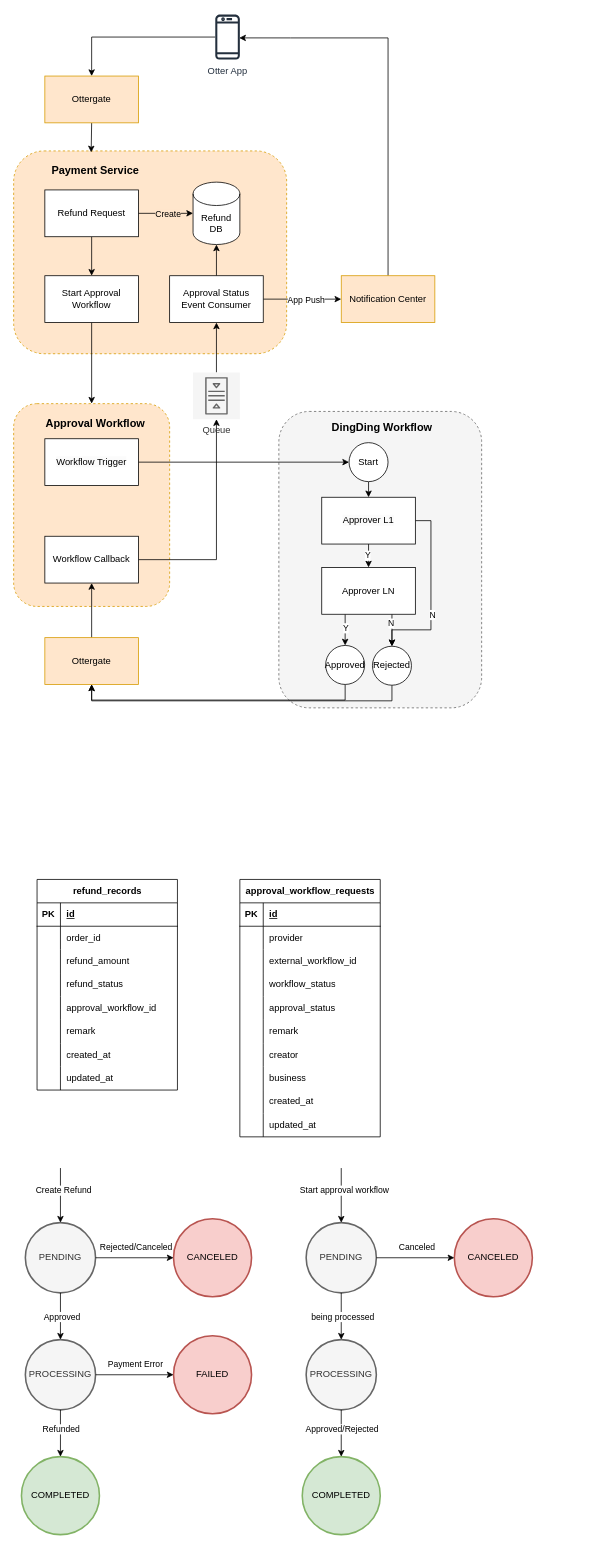
The draw.io diagram Refund Process.drawio in evagle/awesome, before the edit. Source tidied: cells renumbered, new cells numbered last; positions are measured from the earlier drawing's top-left corner, leaving out a move shared by most shapes. Both pictures are drawn from the tidied source at 78%, with x=0, y=0 at pixel (13, 13).
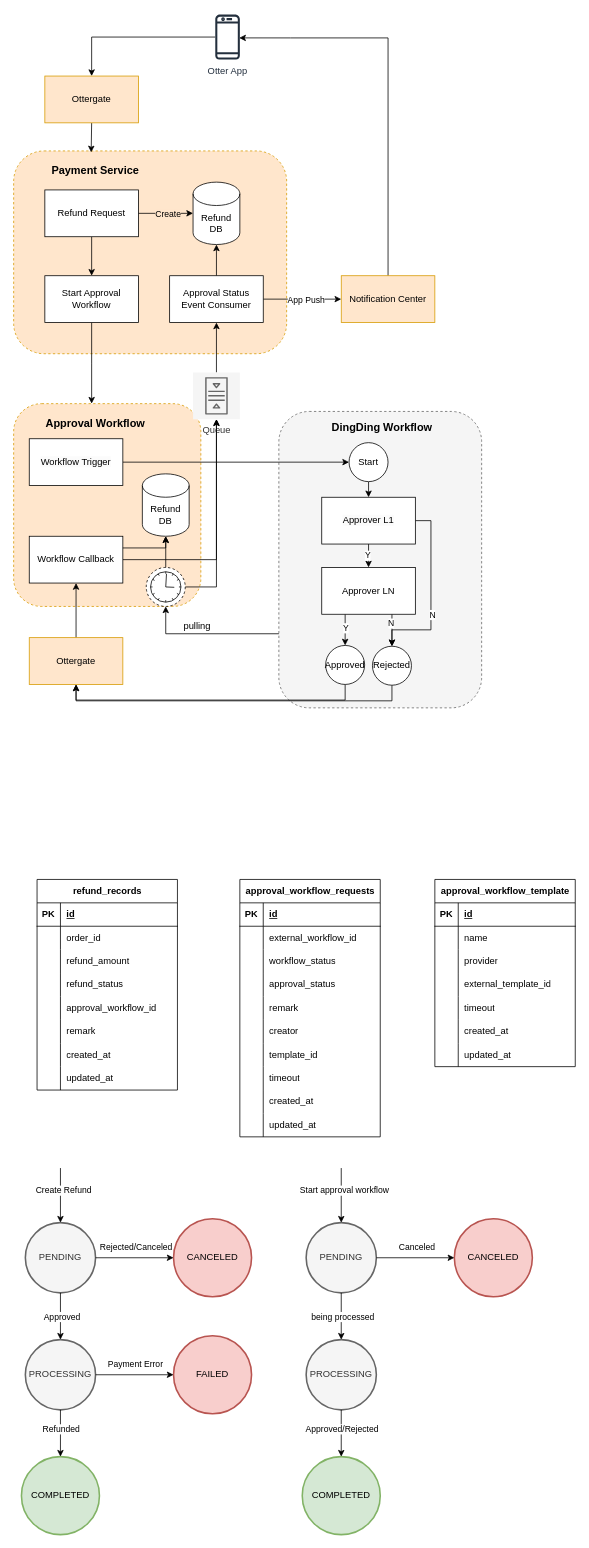
The same page after the edit.

Unchanged cells that the change refers to:
```xml
<mxCell id="3" style="rounded=1;whiteSpace=wrap;html=1;dashed=1;fillColor=#f5f5f5;fontColor=#333333;strokeColor=#666666;" parent="1" vertex="1">
  <mxGeometry x="340" y="510" width="260" height="380" as="geometry" />
</mxCell>
<mxCell id="31" value="Approved" style="ellipse;whiteSpace=wrap;html=1;" parent="1" vertex="1">
  <mxGeometry x="400" y="810" width="50" height="50" as="geometry" />
</mxCell>
<mxCell id="33" value="Rejected" style="ellipse;whiteSpace=wrap;html=1;" parent="1" vertex="1">
  <mxGeometry x="460" y="811" width="50" height="50" as="geometry" />
</mxCell>
<mxCell id="36" value="Start Approval Workflow" style="rounded=0;whiteSpace=wrap;html=1;" parent="1" vertex="1">
  <mxGeometry x="40" y="336" width="120" height="60" as="geometry" />
</mxCell>
<mxCell id="42" value="Queue&lt;br&gt;" style="sketch=0;outlineConnect=0;fontColor=#333333;strokeColor=#666666;fillColor=#f5f5f5;dashed=0;verticalLabelPosition=bottom;verticalAlign=top;align=center;html=1;fontSize=12;fontStyle=0;shape=mxgraph.aws4.resourceIcon;resIcon=mxgraph.aws4.queue;direction=south;" parent="1" vertex="1">
  <mxGeometry x="230" y="460" width="60" height="60" as="geometry" />
</mxCell>
<mxCell id="74" value="approval_workflow_requests" style="shape=table;startSize=30;childLayout=tableLayout;rowLines=0;fontStyle=1;align=center;html=1;" parent="1" vertex="1">
  <mxGeometry x="290" y="1110" width="180" height="330" as="geometry" />
</mxCell>
```

What changed in the source:
```diff
@@
     <mxCell id="4" style="rounded=1;whiteSpace=wrap;html=1;dashed=1;fillColor=#ffe6cc;strokeColor=#d79b00;" parent="1" vertex="1">
-      <mxGeometry y="500" width="200" height="260" as="geometry" />
+      <mxGeometry y="500" width="240" height="260" as="geometry" />
     </mxCell>
@@
     <mxCell id="13" value="&lt;span style=&quot;color: rgb(0, 0, 0); font-family: Helvetica; font-size: 12px; font-style: normal; font-variant-ligatures: normal; font-variant-caps: normal; font-weight: 400; letter-spacing: normal; orphans: 2; text-align: center; text-indent: 0px; text-transform: none; widows: 2; word-spacing: 0px; -webkit-text-stroke-width: 0px; background-color: rgb(251, 251, 251); text-decoration-thickness: initial; text-decoration-style: initial; text-decoration-color: initial; float: none; display: inline !important;&quot;&gt;Workflow Trigger&lt;/span&gt;" style="rounded=0;whiteSpace=wrap;html=1;" parent="1" vertex="1">
-      <mxGeometry x="40" y="545" width="120" height="60" as="geometry" />
+      <mxGeometry x="20" y="545" width="120" height="60" as="geometry" />
     </mxCell>
@@
     <mxCell id="16" value="Workflow Callback" style="rounded=0;whiteSpace=wrap;html=1;" parent="1" vertex="1">
-      <mxGeometry x="40" y="670" width="120" height="60" as="geometry" />
+      <mxGeometry x="20" y="670" width="120" height="60" as="geometry" />
     </mxCell>
@@
-    <mxCell id="30" style="edgeStyle=orthogonalEdgeStyle;rounded=0;jettySize=auto;html=1;exitX=0.5;exitY=1;exitDx=0;exitDy=0;" parent="1" edge="1" source="31">
+    <mxCell id="30" style="edgeStyle=orthogonalEdgeStyle;rounded=0;jettySize=auto;html=1;exitX=0.5;exitY=1;exitDx=0;exitDy=0;entryX=0.5;entryY=1;entryDx=0;entryDy=0;" parent="1" edge="1" source="31" target="48">
       <mxGeometry relative="1" as="geometry">
-        <mxPoint x="100" y="860" as="targetPoint" />
         <Array as="points">
           <mxPoint x="425" y="880" />
-          <mxPoint x="100" y="880" />
+          <mxPoint x="80" y="880" />
         </Array>
       </mxGeometry>
     </mxCell>
@@
     <mxCell id="32" style="edgeStyle=orthogonalEdgeStyle;rounded=0;jettySize=auto;html=1;exitX=0.5;exitY=1;exitDx=0;exitDy=0;entryX=0.5;entryY=1;entryDx=0;entryDy=0;" parent="1" edge="1" source="33" target="48">
       <mxGeometry relative="1" as="geometry">
         <Array as="points">
           <mxPoint x="485" y="881" />
-          <mxPoint x="100" y="881" />
+          <mxPoint x="80" y="881" />
         </Array>
       </mxGeometry>
     </mxCell>
@@
-    <mxCell id="35" style="edgeStyle=orthogonalEdgeStyle;rounded=0;jettySize=auto;html=1;exitX=0.5;exitY=1;exitDx=0;exitDy=0;entryX=0.5;entryY=0;entryDx=0;entryDy=0;" parent="1" edge="1" source="36" target="4">
-      <mxGeometry relative="1" as="geometry" />
+    <mxCell id="35" style="edgeStyle=orthogonalEdgeStyle;rounded=0;jettySize=auto;html=1;exitX=0.5;exitY=1;exitDx=0;exitDy=0;" parent="1" edge="1" source="36">
+      <mxGeometry relative="1" as="geometry">
+        <mxPoint x="100" y="500" as="targetPoint" />
+      </mxGeometry>
     </mxCell>
@@
     <mxCell id="48" value="Ottergate" style="rounded=0;whiteSpace=wrap;html=1;fillColor=#ffe6cc;strokeColor=#d79b00;" parent="1" vertex="1">
-      <mxGeometry x="40" y="800" width="120" height="60" as="geometry" />
+      <mxGeometry x="20" y="800" width="120" height="60" as="geometry" />
     </mxCell>
@@
-    <mxCell id="78" style="shape=tableRow;horizontal=0;startSize=0;swimlaneHead=0;swimlaneBody=0;fillColor=none;top=0;left=0;right=0;bottom=0;" parent="74" vertex="1">
-      <mxGeometry y="60" width="180" height="30" as="geometry" />
-    </mxCell>
-    <mxCell id="79" style="shape=partialRectangle;fillColor=none;top=0;left=0;bottom=0;right=0;overflow=hidden;whiteSpace=wrap;html=1;" parent="78" vertex="1">
-      <mxGeometry width="30" height="30" as="geometry" />
-    </mxCell>
-    <mxCell id="80" value="provider" style="shape=partialRectangle;fillColor=none;top=0;left=0;bottom=0;right=0;align=left;spacingLeft=6;overflow=hidden;whiteSpace=wrap;html=1;" parent="78" vertex="1">
-      <mxGeometry x="30" width="150" height="30" as="geometry" />
-    </mxCell>
     <mxCell id="81" style="shape=tableRow;horizontal=0;startSize=0;swimlaneHead=0;swimlaneBody=0;fillColor=none;top=0;left=0;right=0;bottom=0;" parent="74" vertex="1">
-      <mxGeometry y="90" width="180" height="30" as="geometry" />
+      <mxGeometry y="60" width="180" height="30" as="geometry" />
     </mxCell>
@@
     <mxCell id="84" style="shape=tableRow;horizontal=0;startSize=0;swimlaneHead=0;swimlaneBody=0;fillColor=none;top=0;left=0;right=0;bottom=0;" parent="74" vertex="1">
-      <mxGeometry y="120" width="180" height="30" as="geometry" />
+      <mxGeometry y="90" width="180" height="30" as="geometry" />
     </mxCell>
@@
     <mxCell id="87" style="shape=tableRow;horizontal=0;startSize=0;swimlaneHead=0;swimlaneBody=0;fillColor=none;top=0;left=0;right=0;bottom=0;" parent="74" vertex="1">
-      <mxGeometry y="150" width="180" height="30" as="geometry" />
+      <mxGeometry y="120" width="180" height="30" as="geometry" />
     </mxCell>
@@
     <mxCell id="90" style="shape=tableRow;horizontal=0;startSize=0;swimlaneHead=0;swimlaneBody=0;fillColor=none;top=0;left=0;right=0;bottom=0;" parent="74" vertex="1">
-      <mxGeometry y="180" width="180" height="30" as="geometry" />
+      <mxGeometry y="150" width="180" height="30" as="geometry" />
     </mxCell>
@@
     <mxCell id="93" style="shape=tableRow;horizontal=0;startSize=0;swimlaneHead=0;swimlaneBody=0;fillColor=none;top=0;left=0;right=0;bottom=0;" parent="74" vertex="1">
-      <mxGeometry y="210" width="180" height="30" as="geometry" />
+      <mxGeometry y="180" width="180" height="30" as="geometry" />
     </mxCell>
@@
     <mxCell id="96" style="shape=tableRow;horizontal=0;startSize=0;swimlaneHead=0;swimlaneBody=0;fillColor=none;top=0;left=0;right=0;bottom=0;" parent="74" vertex="1">
-      <mxGeometry y="240" width="180" height="30" as="geometry" />
+      <mxGeometry y="210" width="180" height="30" as="geometry" />
     </mxCell>
@@
-    <mxCell id="98" value="business" style="shape=partialRectangle;fillColor=none;top=0;left=0;bottom=0;right=0;align=left;spacingLeft=6;overflow=hidden;whiteSpace=wrap;html=1;" parent="96" vertex="1">
+    <mxCell id="98" value="template_id" style="shape=partialRectangle;fillColor=none;top=0;left=0;bottom=0;right=0;align=left;spacingLeft=6;overflow=hidden;whiteSpace=wrap;html=1;" parent="96" vertex="1">
       <mxGeometry x="30" width="150" height="30" as="geometry" />
     </mxCell>
+    <mxCell id="132" style="shape=tableRow;horizontal=0;startSize=0;swimlaneHead=0;swimlaneBody=0;fillColor=none;top=0;left=0;right=0;bottom=0;" parent="74" vertex="1">
+      <mxGeometry y="240" width="180" height="30" as="geometry" />
+    </mxCell>
+    <mxCell id="133" style="shape=partialRectangle;fillColor=none;top=0;left=0;bottom=0;right=0;overflow=hidden;whiteSpace=wrap;html=1;" parent="132" vertex="1">
+      <mxGeometry width="30" height="30" as="geometry" />
+    </mxCell>
+    <mxCell id="134" value="timeout" style="shape=partialRectangle;fillColor=none;top=0;left=0;bottom=0;right=0;align=left;spacingLeft=6;overflow=hidden;whiteSpace=wrap;html=1;" parent="132" vertex="1">
+      <mxGeometry x="30" width="150" height="30" as="geometry" />
+    </mxCell>
@@
+    <mxCell id="135" value="approval_workflow_template" style="shape=table;startSize=30;childLayout=tableLayout;rowLines=0;fontStyle=1;align=center;html=1;" parent="1" vertex="1">
+      <mxGeometry x="540" y="1110" width="180" height="240" as="geometry" />
+    </mxCell>
+    <mxCell id="136" style="shape=tableRow;horizontal=0;startSize=0;swimlaneHead=0;swimlaneBody=0;fillColor=none;top=0;left=0;right=0;bottom=1;" parent="135" vertex="1">
+      <mxGeometry y="30" width="180" height="30" as="geometry" />
+    </mxCell>
+    <mxCell id="137" value="PK" style="shape=partialRectangle;fillColor=none;top=0;left=0;bottom=0;right=0;fontStyle=1;overflow=hidden;whiteSpace=wrap;html=1;" parent="136" vertex="1">
+      <mxGeometry width="30" height="30" as="geometry" />
+    </mxCell>
+    <mxCell id="138" value="id" style="shape=partialRectangle;fillColor=none;top=0;left=0;bottom=0;right=0;align=left;spacingLeft=6;fontStyle=5;overflow=hidden;whiteSpace=wrap;html=1;" parent="136" vertex="1">
+      <mxGeometry x="30" width="150" height="30" as="geometry" />
+    </mxCell>
+    <mxCell id="78" style="shape=tableRow;horizontal=0;startSize=0;swimlaneHead=0;swimlaneBody=0;fillColor=none;top=0;left=0;right=0;bottom=0;" parent="135" vertex="1">
+      <mxGeometry y="60" width="180" height="30" as="geometry" />
+    </mxCell>
+    <mxCell id="139" style="shape=partialRectangle;fillColor=none;top=0;left=0;bottom=0;right=0;overflow=hidden;whiteSpace=wrap;html=1;" parent="78" vertex="1">
+      <mxGeometry width="30" height="30" as="geometry" />
+    </mxCell>
+    <mxCell id="140" value="name" style="shape=partialRectangle;fillColor=none;top=0;left=0;bottom=0;right=0;align=left;spacingLeft=6;overflow=hidden;whiteSpace=wrap;html=1;" parent="78" vertex="1">
+      <mxGeometry x="30" width="150" height="30" as="geometry" />
+    </mxCell>
+    <mxCell id="141" style="shape=tableRow;horizontal=0;startSize=0;swimlaneHead=0;swimlaneBody=0;fillColor=none;top=0;left=0;right=0;bottom=0;" parent="135" vertex="1">
+      <mxGeometry y="90" width="180" height="30" as="geometry" />
+    </mxCell>
+    <mxCell id="142" style="shape=partialRectangle;fillColor=none;top=0;left=0;bottom=0;right=0;overflow=hidden;whiteSpace=wrap;html=1;" parent="141" vertex="1">
+      <mxGeometry width="30" height="30" as="geometry" />
+    </mxCell>
+    <mxCell id="143" style="shape=partialRectangle;fillColor=none;top=0;left=0;bottom=0;right=0;align=left;spacingLeft=6;overflow=hidden;whiteSpace=wrap;html=1;" parent="141" vertex="1">
+      <mxGeometry x="30" width="150" height="30" as="geometry" />
+    </mxCell>
+    <mxCell id="144" style="shape=tableRow;horizontal=0;startSize=0;swimlaneHead=0;swimlaneBody=0;fillColor=none;top=0;left=0;right=0;bottom=0;" parent="135" vertex="1">
+      <mxGeometry y="120" width="180" height="30" as="geometry" />
+    </mxCell>
+    <mxCell id="145" style="shape=partialRectangle;fillColor=none;top=0;left=0;bottom=0;right=0;overflow=hidden;whiteSpace=wrap;html=1;" parent="144" vertex="1">
+      <mxGeometry width="30" height="30" as="geometry" />
+    </mxCell>
+    <mxCell id="146" value="external_template_id" style="shape=partialRectangle;fillColor=none;top=0;left=0;bottom=0;right=0;align=left;spacingLeft=6;overflow=hidden;whiteSpace=wrap;html=1;" parent="144" vertex="1">
+      <mxGeometry x="30" width="150" height="30" as="geometry" />
+    </mxCell>
+    <mxCell id="147" style="shape=tableRow;horizontal=0;startSize=0;swimlaneHead=0;swimlaneBody=0;fillColor=none;top=0;left=0;right=0;bottom=0;" parent="135" vertex="1">
+      <mxGeometry y="150" width="180" height="30" as="geometry" />
+    </mxCell>
+    <mxCell id="148" style="shape=partialRectangle;fillColor=none;top=0;left=0;bottom=0;right=0;overflow=hidden;whiteSpace=wrap;html=1;" parent="147" vertex="1">
+      <mxGeometry width="30" height="30" as="geometry" />
+    </mxCell>
+    <mxCell id="149" value="timeout" style="shape=partialRectangle;fillColor=none;top=0;left=0;bottom=0;right=0;align=left;spacingLeft=6;overflow=hidden;whiteSpace=wrap;html=1;" parent="147" vertex="1">
+      <mxGeometry x="30" width="150" height="30" as="geometry" />
+    </mxCell>
+    <mxCell id="150" style="shape=tableRow;horizontal=0;startSize=0;swimlaneHead=0;swimlaneBody=0;fillColor=none;top=0;left=0;right=0;bottom=0;" parent="135" vertex="1">
+      <mxGeometry y="180" width="180" height="30" as="geometry" />
+    </mxCell>
+    <mxCell id="151" style="shape=partialRectangle;fillColor=none;top=0;left=0;bottom=0;right=0;overflow=hidden;whiteSpace=wrap;html=1;" parent="150" vertex="1">
+      <mxGeometry width="30" height="30" as="geometry" />
+    </mxCell>
+    <mxCell id="152" value="created_at" style="shape=partialRectangle;fillColor=none;top=0;left=0;bottom=0;right=0;align=left;spacingLeft=6;overflow=hidden;whiteSpace=wrap;html=1;" parent="150" vertex="1">
+      <mxGeometry x="30" width="150" height="30" as="geometry" />
+    </mxCell>
+    <mxCell id="153" style="shape=tableRow;horizontal=0;startSize=0;swimlaneHead=0;swimlaneBody=0;fillColor=none;top=0;left=0;right=0;bottom=0;" parent="135" vertex="1">
+      <mxGeometry y="210" width="180" height="30" as="geometry" />
+    </mxCell>
+    <mxCell id="154" style="shape=partialRectangle;fillColor=none;top=0;left=0;bottom=0;right=0;overflow=hidden;whiteSpace=wrap;html=1;" parent="153" vertex="1">
+      <mxGeometry width="30" height="30" as="geometry" />
+    </mxCell>
+    <mxCell id="155" value="updated_at" style="shape=partialRectangle;fillColor=none;top=0;left=0;bottom=0;right=0;align=left;spacingLeft=6;overflow=hidden;whiteSpace=wrap;html=1;" parent="153" vertex="1">
+      <mxGeometry x="30" width="150" height="30" as="geometry" />
+    </mxCell>
+    <mxCell id="80" value="provider" style="shape=partialRectangle;fillColor=none;top=0;left=0;bottom=0;right=0;align=left;spacingLeft=6;overflow=hidden;whiteSpace=wrap;html=1;" parent="1" vertex="1">
+      <mxGeometry x="570" y="1200" width="150" height="30" as="geometry" />
+    </mxCell>
+    <mxCell id="156" style="edgeStyle=orthogonalEdgeStyle;rounded=0;jettySize=auto;html=1;exitX=1;exitY=0.5;exitDx=0;exitDy=0;exitPerimeter=0;" parent="1" edge="1" source="157" target="42">
+      <mxGeometry relative="1" as="geometry" />
+    </mxCell>
+    <mxCell id="157" style="points=[[0.145,0.145,0],[0.5,0,0],[0.855,0.145,0],[1,0.5,0],[0.855,0.855,0],[0.5,1,0],[0.145,0.855,0],[0,0.5,0]];shape=mxgraph.bpmn.event;html=1;verticalLabelPosition=bottom;labelBackgroundColor=#ffffff;verticalAlign=top;align=center;perimeter=ellipsePerimeter;outlineConnect=0;outline=eventNonint;symbol=timer;" parent="1" vertex="1">
+      <mxGeometry x="170" y="710" width="50" height="50" as="geometry" />
+    </mxCell>
+    <mxCell id="158" style="edgeStyle=orthogonalEdgeStyle;rounded=0;jettySize=auto;html=1;exitX=0;exitY=0.75;exitDx=0;exitDy=0;entryX=0.5;entryY=1;entryDx=0;entryDy=0;entryPerimeter=0;" parent="1" edge="1" source="3" target="157">
+      <mxGeometry relative="1" as="geometry">
+        <Array as="points">
+          <mxPoint x="195" y="795" />
+        </Array>
+      </mxGeometry>
+    </mxCell>
+    <mxCell id="159" value="pulling" style="text;html=1;align=center;verticalAlign=middle;strokeColor=none;fillColor=none;" parent="1" vertex="1">
+      <mxGeometry x="205" y="770" width="60" height="30" as="geometry" />
+    </mxCell>
+    <mxCell id="160" value="Refund&lt;br&gt;DB" style="shape=cylinder3;whiteSpace=wrap;html=1;boundedLbl=1;backgroundOutline=1;size=15;" parent="1" vertex="1">
+      <mxGeometry x="165" y="590" width="60" height="80" as="geometry" />
+    </mxCell>
+    <mxCell id="161" style="edgeStyle=orthogonalEdgeStyle;rounded=0;jettySize=auto;html=1;exitX=0.5;exitY=0;exitDx=0;exitDy=0;exitPerimeter=0;entryX=0.5;entryY=1;entryDx=0;entryDy=0;entryPerimeter=0;" parent="1" edge="1" source="157" target="160">
+      <mxGeometry relative="1" as="geometry" />
+    </mxCell>
+    <mxCell id="162" style="edgeStyle=orthogonalEdgeStyle;rounded=0;jettySize=auto;html=1;exitX=1;exitY=0.25;exitDx=0;exitDy=0;entryX=0.5;entryY=1;entryDx=0;entryDy=0;entryPerimeter=0;" parent="1" edge="1" source="16" target="160">
+      <mxGeometry relative="1" as="geometry">
+        <Array as="points">
+          <mxPoint x="195" y="685" />
+        </Array>
+      </mxGeometry>
+    </mxCell>
```
